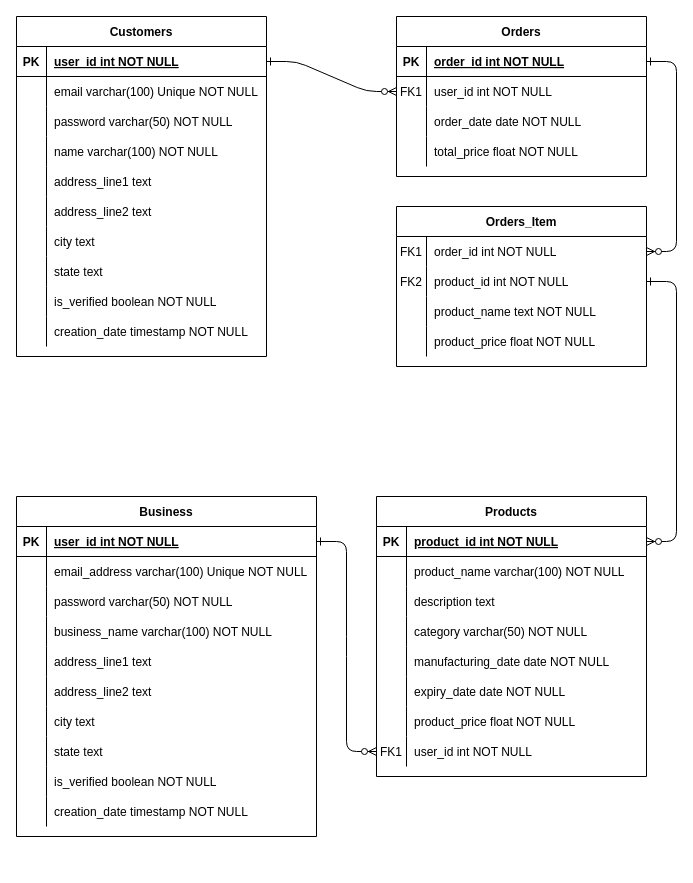
This is db_details/db_erd.drawio from sdglitched/FastAPI-eCom, a draw.io file, before an edit. Source tidied: cells renumbered, new cells numbered last; positions are measured from the earlier drawing's top-left corner, leaving out a move shared by most shapes. Both pictures are drawn from the tidied source at 100%, with x=0, y=0 at pixel (16, 16).
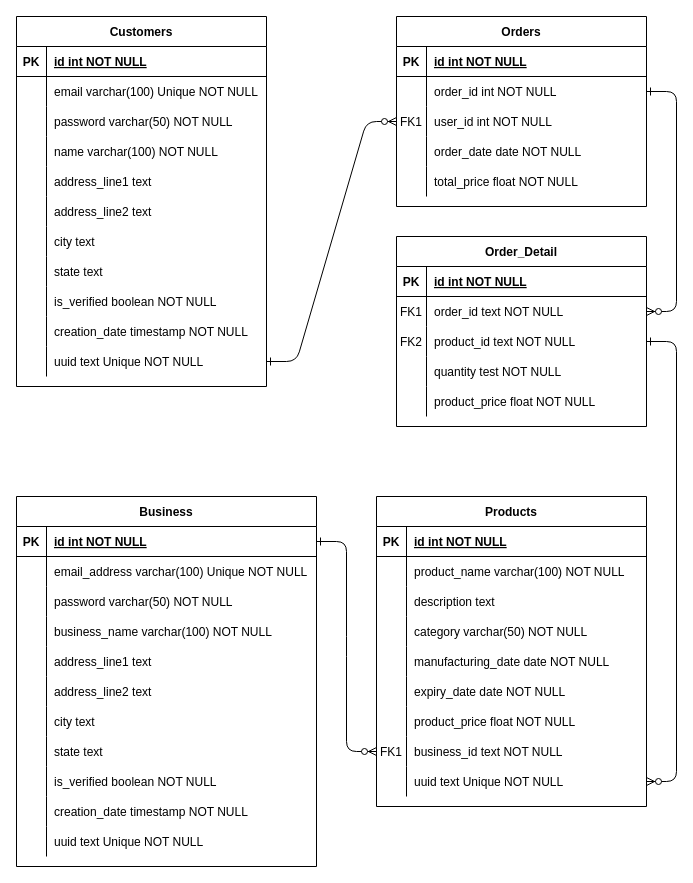
The same diagram, later.

The change refers to these unchanged cells:
```xml
<mxCell id="4" style="shape=partialRectangle;fillColor=none;points=[[0,0.5],[1,0.5]];portConstraint=eastwest;top=0;left=0;right=0;bottom=1;" parent="3" vertex="1">
  <mxGeometry y="30" width="250" height="30" as="geometry" />
</mxCell>
<mxCell id="17" style="shape=partialRectangle;fillColor=none;points=[[0,0.5],[1,0.5]];portConstraint=eastwest;top=0;left=0;right=0;bottom=1;" parent="16" vertex="1">
  <mxGeometry y="30" width="250" height="30" as="geometry" />
</mxCell>
<mxCell id="49" style="shape=partialRectangle;fillColor=none;points=[[0,0.5],[1,0.5]];portConstraint=eastwest;top=0;left=0;right=0;bottom=1;" parent="48" vertex="1">
  <mxGeometry y="30" width="300" height="30" as="geometry" />
</mxCell>
<mxCell id="80" style="shape=partialRectangle;fillColor=none;points=[[0,0.5],[1,0.5]];portConstraint=eastwest;top=0;left=0;right=0;bottom=1;" parent="79" vertex="1">
  <mxGeometry y="30" width="270" height="30" as="geometry" />
</mxCell>
<mxCell id="101" style="shape=partialRectangle;fillColor=none;points=[[0,0.5],[1,0.5]];portConstraint=eastwest;top=0;left=0;right=0;bottom=0;" parent="79" vertex="1">
  <mxGeometry y="240" width="270" height="30" as="geometry" />
</mxCell>
```

Change to the diagram source:
```diff
@@
-    <mxCell id="2" style="edgeStyle=entityRelationEdgeStyle;endArrow=ERzeroToMany;startArrow=ERone;endFill=1;startFill=0;" parent="1" edge="1" source="17" target="7">
+    <mxCell id="2" style="edgeStyle=entityRelationEdgeStyle;endArrow=ERzeroToMany;startArrow=ERone;endFill=1;startFill=0;exitX=1;exitY=0.5;exitDx=0;exitDy=0;" parent="1" edge="1" source="121" target="7">
       <mxGeometry relative="1" as="geometry" />
     </mxCell>
     <mxCell id="3" value="Orders" style="shape=table;startSize=30;childLayout=tableLayout;rowLines=0;fontStyle=1;align=center;" parent="1" vertex="1">
-      <mxGeometry x="380" width="250" height="160" as="geometry" />
+      <mxGeometry x="380" width="250" height="190" as="geometry" />
     </mxCell>
@@
-    <mxCell id="6" value="order_id int NOT NULL " style="shape=partialRectangle;overflow=hidden;fillColor=none;top=0;left=0;bottom=0;right=0;align=left;spacingLeft=6;fontStyle=5;" parent="4" vertex="1">
+    <mxCell id="6" value="id int NOT NULL " style="shape=partialRectangle;overflow=hidden;fillColor=none;top=0;left=0;bottom=0;right=0;align=left;spacingLeft=6;fontStyle=5;" parent="4" vertex="1">
       <mxGeometry x="30" width="220" height="30" as="geometry" />
     </mxCell>
+    <mxCell id="119" style="shape=partialRectangle;fillColor=none;points=[[0,0.5],[1,0.5]];portConstraint=eastwest;top=0;left=0;right=0;bottom=0;" parent="3" vertex="1">
+      <mxGeometry y="60" width="250" height="30" as="geometry" />
+    </mxCell>
+    <mxCell id="120" style="shape=partialRectangle;overflow=hidden;fillColor=none;top=0;left=0;bottom=0;right=0;" parent="119" vertex="1">
+      <mxGeometry width="30" height="30" as="geometry" />
+    </mxCell>
+    <mxCell id="107" value="order_id int NOT NULL" style="shape=partialRectangle;overflow=hidden;fillColor=none;top=0;left=0;bottom=0;right=0;align=left;spacingLeft=6;" parent="119" vertex="1">
+      <mxGeometry x="30" width="220" height="30" as="geometry" />
+    </mxCell>
     <mxCell id="7" style="shape=partialRectangle;fillColor=none;points=[[0,0.5],[1,0.5]];portConstraint=eastwest;top=0;left=0;right=0;bottom=0;" parent="3" vertex="1">
-      <mxGeometry y="60" width="250" height="30" as="geometry" />
+      <mxGeometry y="90" width="250" height="30" as="geometry" />
     </mxCell>
@@
     <mxCell id="10" style="shape=partialRectangle;fillColor=none;top=0;left=0;right=0;bottom=0;" parent="3" vertex="1">
-      <mxGeometry y="90" width="250" height="30" as="geometry" />
+      <mxGeometry y="120" width="250" height="30" as="geometry" />
     </mxCell>
@@
     <mxCell id="13" style="shape=partialRectangle;fillColor=none;top=0;left=0;right=0;bottom=0;" parent="3" vertex="1">
-      <mxGeometry y="120" width="250" height="30" as="geometry" />
+      <mxGeometry y="150" width="250" height="30" as="geometry" />
     </mxCell>
@@
     <mxCell id="16" value="Customers" style="shape=table;startSize=30;childLayout=tableLayout;rowLines=0;fontStyle=1;align=center;" parent="1" vertex="1">
-      <mxGeometry width="250" height="340" as="geometry" />
+      <mxGeometry width="250" height="370" as="geometry" />
     </mxCell>
@@
-    <mxCell id="19" value="user_id int NOT NULL " style="shape=partialRectangle;overflow=hidden;fillColor=none;top=0;left=0;bottom=0;right=0;align=left;spacingLeft=6;fontStyle=5;" parent="17" vertex="1">
+    <mxCell id="19" value="id int NOT NULL " style="shape=partialRectangle;overflow=hidden;fillColor=none;top=0;left=0;bottom=0;right=0;align=left;spacingLeft=6;fontStyle=5;" parent="17" vertex="1">
       <mxGeometry x="30" width="220" height="30" as="geometry" />
     </mxCell>
@@
+    <mxCell id="121" style="shape=partialRectangle;fillColor=none;points=[[0,0.5],[1,0.5]];portConstraint=eastwest;top=0;left=0;right=0;bottom=0;" parent="16" vertex="1">
+      <mxGeometry y="330" width="250" height="30" as="geometry" />
+    </mxCell>
+    <mxCell id="122" style="shape=partialRectangle;overflow=hidden;fillColor=none;top=0;left=0;bottom=0;right=0;" parent="121" vertex="1">
+      <mxGeometry width="30" height="30" as="geometry" />
+    </mxCell>
+    <mxCell id="123" value="uuid text Unique NOT NULL" style="shape=partialRectangle;overflow=hidden;fillColor=none;top=0;left=0;bottom=0;right=0;align=left;spacingLeft=6;" parent="121" vertex="1">
+      <mxGeometry x="30" width="220" height="30" as="geometry" />
+    </mxCell>
-    <mxCell id="47" style="edgeStyle=entityRelationEdgeStyle;endArrow=ERzeroToMany;startArrow=ERone;endFill=1;startFill=0;exitX=1;exitY=0.5;exitDx=0;exitDy=0;" parent="1" edge="1" source="4" target="105">
+    <mxCell id="47" style="edgeStyle=entityRelationEdgeStyle;endArrow=ERzeroToMany;startArrow=ERone;endFill=1;startFill=0;exitX=1;exitY=0.5;exitDx=0;exitDy=0;entryX=1;entryY=0.5;entryDx=0;entryDy=0;" parent="1" edge="1" source="119" target="134">
       <mxGeometry relative="1" as="geometry" />
     </mxCell>
     <mxCell id="48" value="Business" style="shape=table;startSize=30;childLayout=tableLayout;rowLines=0;fontStyle=1;align=center;" parent="1" vertex="1">
-      <mxGeometry y="480" width="300" height="340" as="geometry" />
+      <mxGeometry y="480" width="300" height="370" as="geometry" />
     </mxCell>
@@
-    <mxCell id="51" value="user_id int NOT NULL " style="shape=partialRectangle;overflow=hidden;fillColor=none;top=0;left=0;bottom=0;right=0;align=left;spacingLeft=6;fontStyle=5;" parent="49" vertex="1">
+    <mxCell id="51" value="id int NOT NULL " style="shape=partialRectangle;overflow=hidden;fillColor=none;top=0;left=0;bottom=0;right=0;align=left;spacingLeft=6;fontStyle=5;" parent="49" vertex="1">
       <mxGeometry x="30" width="270" height="30" as="geometry" />
     </mxCell>
@@
+    <mxCell id="124" style="shape=partialRectangle;fillColor=none;top=0;left=0;right=0;bottom=0;" parent="48" vertex="1">
+      <mxGeometry y="330" width="300" height="30" as="geometry" />
+    </mxCell>
+    <mxCell id="125" style="shape=partialRectangle;overflow=hidden;fillColor=none;top=0;left=0;bottom=0;right=0;" parent="124" vertex="1">
+      <mxGeometry width="30" height="30" as="geometry" />
+    </mxCell>
+    <mxCell id="126" value="uuid text Unique NOT NULL" style="shape=partialRectangle;overflow=hidden;fillColor=none;top=0;left=0;bottom=0;right=0;align=left;spacingLeft=6;" parent="124" vertex="1">
+      <mxGeometry x="30" width="270" height="30" as="geometry" />
+    </mxCell>
     <mxCell id="79" value="Products" style="shape=table;startSize=30;childLayout=tableLayout;rowLines=0;fontStyle=1;align=center;" parent="1" vertex="1">
-      <mxGeometry x="360" y="480" width="270" height="280" as="geometry" />
+      <mxGeometry x="360" y="480" width="270" height="310" as="geometry" />
     </mxCell>
@@
-    <mxCell id="82" value="product_id int NOT NULL " style="shape=partialRectangle;overflow=hidden;fillColor=none;top=0;left=0;bottom=0;right=0;align=left;spacingLeft=6;fontStyle=5;" parent="80" vertex="1">
+    <mxCell id="82" value="id int NOT NULL " style="shape=partialRectangle;overflow=hidden;fillColor=none;top=0;left=0;bottom=0;right=0;align=left;spacingLeft=6;fontStyle=5;" parent="80" vertex="1">
       <mxGeometry x="30" width="240" height="30" as="geometry" />
     </mxCell>
@@
-    <mxCell id="103" value="user_id int NOT NULL" style="shape=partialRectangle;overflow=hidden;fillColor=none;top=0;left=0;bottom=0;right=0;align=left;spacingLeft=6;" parent="101" vertex="1">
+    <mxCell id="103" value="business_id text NOT NULL" style="shape=partialRectangle;overflow=hidden;fillColor=none;top=0;left=0;bottom=0;right=0;align=left;spacingLeft=6;" parent="101" vertex="1">
       <mxGeometry x="30" width="240" height="30" as="geometry" />
     </mxCell>
-    <mxCell id="104" value="Orders_Item" style="shape=table;startSize=30;childLayout=tableLayout;rowLines=0;fontStyle=1;align=center;" parent="1" vertex="1">
-      <mxGeometry x="380" y="190" width="250" height="160" as="geometry" />
-    </mxCell>
-    <mxCell id="105" style="shape=partialRectangle;fillColor=none;points=[[0,0.5],[1,0.5]];portConstraint=eastwest;top=0;left=0;right=0;bottom=0;" parent="104" vertex="1">
-      <mxGeometry y="30" width="250" height="30" as="geometry" />
-    </mxCell>
-    <mxCell id="106" value="FK1" style="shape=partialRectangle;overflow=hidden;fillColor=none;top=0;left=0;bottom=0;right=0;" parent="105" vertex="1">
-      <mxGeometry width="30" height="30" as="geometry" />
-    </mxCell>
-    <mxCell id="107" value="order_id int NOT NULL" style="shape=partialRectangle;overflow=hidden;fillColor=none;top=0;left=0;bottom=0;right=0;align=left;spacingLeft=6;" parent="105" vertex="1">
-      <mxGeometry x="30" width="220" height="30" as="geometry" />
-    </mxCell>
-    <mxCell id="108" style="shape=partialRectangle;fillColor=none;points=[[0,0.5],[1,0.5]];portConstraint=eastwest;top=0;left=0;right=0;bottom=0;" parent="104" vertex="1">
-      <mxGeometry y="60" width="250" height="30" as="geometry" />
-    </mxCell>
-    <mxCell id="109" value="FK2" style="shape=partialRectangle;overflow=hidden;fillColor=none;top=0;left=0;bottom=0;right=0;" parent="108" vertex="1">
-      <mxGeometry width="30" height="30" as="geometry" />
-    </mxCell>
-    <mxCell id="110" value="product_id int NOT NULL" style="shape=partialRectangle;overflow=hidden;fillColor=none;top=0;left=0;bottom=0;right=0;align=left;spacingLeft=6;" parent="108" vertex="1">
-      <mxGeometry x="30" width="220" height="30" as="geometry" />
-    </mxCell>
-    <mxCell id="111" style="shape=partialRectangle;fillColor=none;points=[[0,0.5],[1,0.5]];portConstraint=eastwest;top=0;left=0;right=0;bottom=0;" parent="104" vertex="1">
-      <mxGeometry y="90" width="250" height="30" as="geometry" />
-    </mxCell>
-    <mxCell id="112" style="shape=partialRectangle;overflow=hidden;fillColor=none;top=0;left=0;bottom=0;right=0;" parent="111" vertex="1">
-      <mxGeometry width="30" height="30" as="geometry" />
-    </mxCell>
-    <mxCell id="113" value="product_name text NOT NULL" style="shape=partialRectangle;overflow=hidden;fillColor=none;top=0;left=0;bottom=0;right=0;align=left;spacingLeft=6;" parent="111" vertex="1">
-      <mxGeometry x="30" width="220" height="30" as="geometry" />
-    </mxCell>
-    <mxCell id="114" style="shape=partialRectangle;fillColor=none;top=0;left=0;right=0;bottom=0;" parent="104" vertex="1">
-      <mxGeometry y="120" width="250" height="30" as="geometry" />
-    </mxCell>
-    <mxCell id="115" style="shape=partialRectangle;overflow=hidden;fillColor=none;top=0;left=0;bottom=0;right=0;" parent="114" vertex="1">
-      <mxGeometry width="30" height="30" as="geometry" />
-    </mxCell>
-    <mxCell id="116" value="product_price float NOT NULL" style="shape=partialRectangle;overflow=hidden;fillColor=none;top=0;left=0;bottom=0;right=0;align=left;spacingLeft=6;" parent="114" vertex="1">
-      <mxGeometry x="30" width="220" height="30" as="geometry" />
-    </mxCell>
+    <mxCell id="127" style="shape=partialRectangle;fillColor=none;points=[[0,0.5],[1,0.5]];portConstraint=eastwest;top=0;left=0;right=0;bottom=0;" parent="79" vertex="1">
+      <mxGeometry y="270" width="270" height="30" as="geometry" />
+    </mxCell>
+    <mxCell id="128" style="shape=partialRectangle;overflow=hidden;fillColor=none;top=0;left=0;bottom=0;right=0;" parent="127" vertex="1">
+      <mxGeometry width="30" height="30" as="geometry" />
+    </mxCell>
+    <mxCell id="129" value="uuid text Unique NOT NULL" style="shape=partialRectangle;overflow=hidden;fillColor=none;top=0;left=0;bottom=0;right=0;align=left;spacingLeft=6;" parent="127" vertex="1">
+      <mxGeometry x="30" width="240" height="30" as="geometry" />
+    </mxCell>
@@
-    <mxCell id="118" style="edgeStyle=entityRelationEdgeStyle;endArrow=ERzeroToMany;startArrow=ERone;endFill=1;startFill=0;exitX=1;exitY=0.5;exitDx=0;exitDy=0;entryX=1;entryY=0.5;entryDx=0;entryDy=0;" parent="1" edge="1" source="108" target="80">
+    <mxCell id="118" style="edgeStyle=entityRelationEdgeStyle;endArrow=ERzeroToMany;startArrow=ERone;endFill=1;startFill=0;exitX=1;exitY=0.5;exitDx=0;exitDy=0;entryX=1;entryY=0.5;entryDx=0;entryDy=0;" parent="1" edge="1" source="111" target="127">
       <mxGeometry relative="1" as="geometry">
         <Array as="points">
           <mxPoint x="1130" y="90" />
+          <mxPoint x="680" y="390" />
           <mxPoint x="1180" y="90" />
+          <mxPoint x="630" y="770" />
           <mxPoint x="640" y="450" />
           <mxPoint x="1180" y="100" />
           <mxPoint x="730" y="460" />
         </Array>
       </mxGeometry>
     </mxCell>
+    <mxCell id="130" value="Order_Detail" style="shape=table;startSize=30;childLayout=tableLayout;rowLines=0;fontStyle=1;align=center;" parent="1" vertex="1">
+      <mxGeometry x="380" y="220" width="250" height="190" as="geometry" />
+    </mxCell>
+    <mxCell id="131" style="shape=partialRectangle;fillColor=none;top=0;left=0;right=0;bottom=1;" parent="130" vertex="1">
+      <mxGeometry y="30" width="250" height="30" as="geometry" />
+    </mxCell>
+    <mxCell id="132" value="PK" style="shape=partialRectangle;overflow=hidden;fillColor=none;top=0;left=0;bottom=0;right=0;fontStyle=1;" parent="131" vertex="1">
+      <mxGeometry width="30" height="30" as="geometry" />
+    </mxCell>
+    <mxCell id="133" value="id int NOT NULL " style="shape=partialRectangle;overflow=hidden;fillColor=none;top=0;left=0;bottom=0;right=0;align=left;spacingLeft=6;fontStyle=5;" parent="131" vertex="1">
+      <mxGeometry x="30" width="220" height="30" as="geometry" />
+    </mxCell>
+    <mxCell id="134" style="shape=partialRectangle;fillColor=none;points=[[0,0.5],[1,0.5]];portConstraint=eastwest;top=0;left=0;right=0;bottom=0;" parent="130" vertex="1">
+      <mxGeometry y="60" width="250" height="30" as="geometry" />
+    </mxCell>
+    <mxCell id="106" value="FK1" style="shape=partialRectangle;overflow=hidden;fillColor=none;top=0;left=0;bottom=0;right=0;" parent="134" vertex="1">
+      <mxGeometry width="30" height="30" as="geometry" />
+    </mxCell>
+    <mxCell id="135" value="order_id text NOT NULL" style="shape=partialRectangle;overflow=hidden;fillColor=none;top=0;left=0;bottom=0;right=0;align=left;spacingLeft=6;" parent="134" vertex="1">
+      <mxGeometry x="30" width="220" height="30" as="geometry" />
+    </mxCell>
+    <mxCell id="111" style="shape=partialRectangle;fillColor=none;points=[[0,0.5],[1,0.5]];portConstraint=eastwest;top=0;left=0;right=0;bottom=0;" parent="130" vertex="1">
+      <mxGeometry y="90" width="250" height="30" as="geometry" />
+    </mxCell>
+    <mxCell id="109" value="FK2" style="shape=partialRectangle;overflow=hidden;fillColor=none;top=0;left=0;bottom=0;right=0;" parent="111" vertex="1">
+      <mxGeometry width="30" height="30" as="geometry" />
+    </mxCell>
+    <mxCell id="136" value="product_id text NOT NULL" style="shape=partialRectangle;overflow=hidden;fillColor=none;top=0;left=0;bottom=0;right=0;align=left;spacingLeft=6;" parent="111" vertex="1">
+      <mxGeometry x="30" width="220" height="30" as="geometry" />
+    </mxCell>
+    <mxCell id="114" style="shape=partialRectangle;fillColor=none;top=0;left=0;right=0;bottom=0;" parent="130" vertex="1">
+      <mxGeometry y="120" width="250" height="30" as="geometry" />
+    </mxCell>
+    <mxCell id="137" style="shape=partialRectangle;overflow=hidden;fillColor=none;top=0;left=0;bottom=0;right=0;" parent="114" vertex="1">
+      <mxGeometry width="30" height="30" as="geometry" />
+    </mxCell>
+    <mxCell id="138" value="quantity test NOT NULL" style="shape=partialRectangle;overflow=hidden;fillColor=none;top=0;left=0;bottom=0;right=0;align=left;spacingLeft=6;" parent="114" vertex="1">
+      <mxGeometry x="30" width="220" height="30" as="geometry" />
+    </mxCell>
+    <mxCell id="139" style="shape=partialRectangle;fillColor=none;top=0;left=0;right=0;bottom=0;" parent="130" vertex="1">
+      <mxGeometry y="150" width="250" height="30" as="geometry" />
+    </mxCell>
+    <mxCell id="140" style="shape=partialRectangle;overflow=hidden;fillColor=none;top=0;left=0;bottom=0;right=0;" parent="139" vertex="1">
+      <mxGeometry width="30" height="30" as="geometry" />
+    </mxCell>
+    <mxCell id="116" value="product_price float NOT NULL" style="shape=partialRectangle;overflow=hidden;fillColor=none;top=0;left=0;bottom=0;right=0;align=left;spacingLeft=6;" parent="139" vertex="1">
+      <mxGeometry x="30" width="220" height="30" as="geometry" />
+    </mxCell>
```
